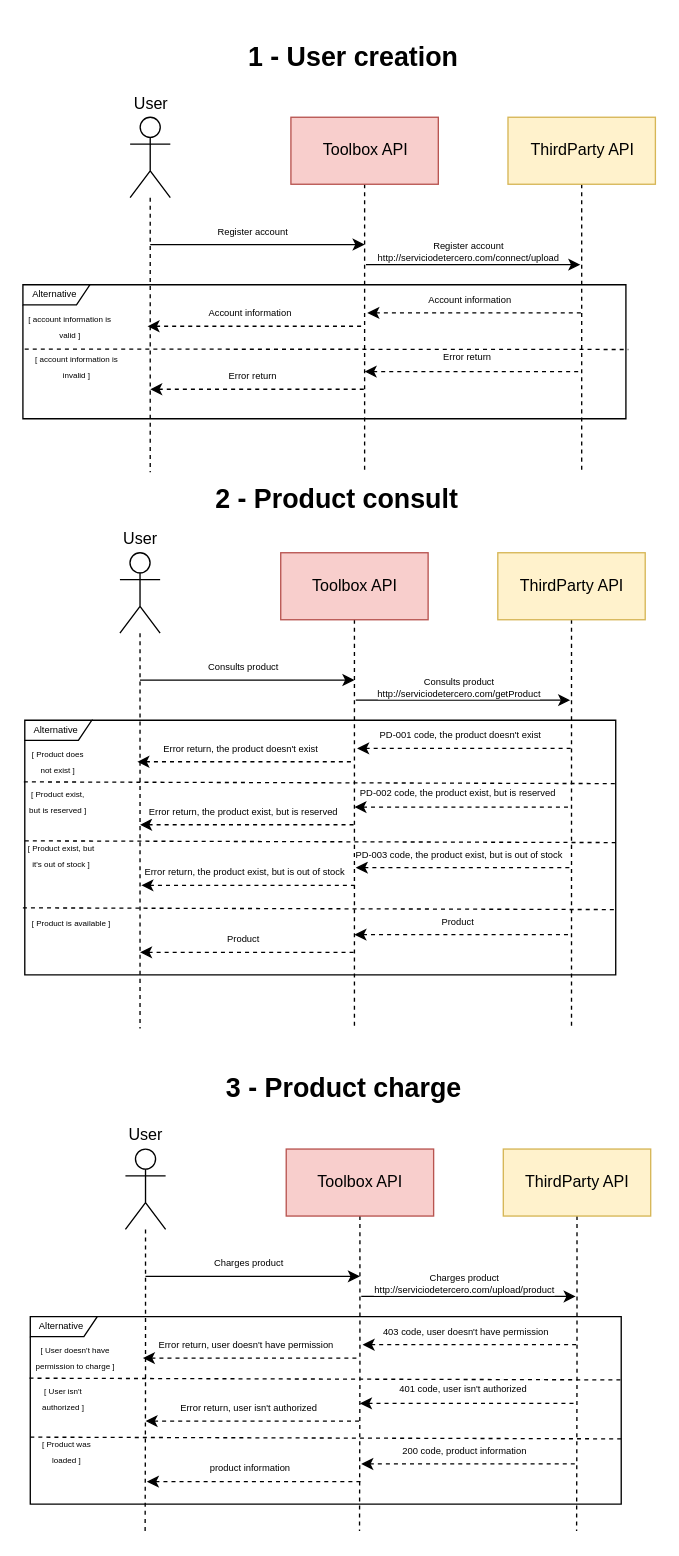
The draw.io diagram exercise-1/Sequence Diagrams.drawio in Tashima42/tbx-test, before the edit. Source tidied: cells renumbered, new cells numbered last; positions are measured from the earlier drawing's top-left corner, leaving out a move shared by most shapes. Both pictures are drawn from the tidied source at 134%, with x=0, y=0 at pixel (23, 36).
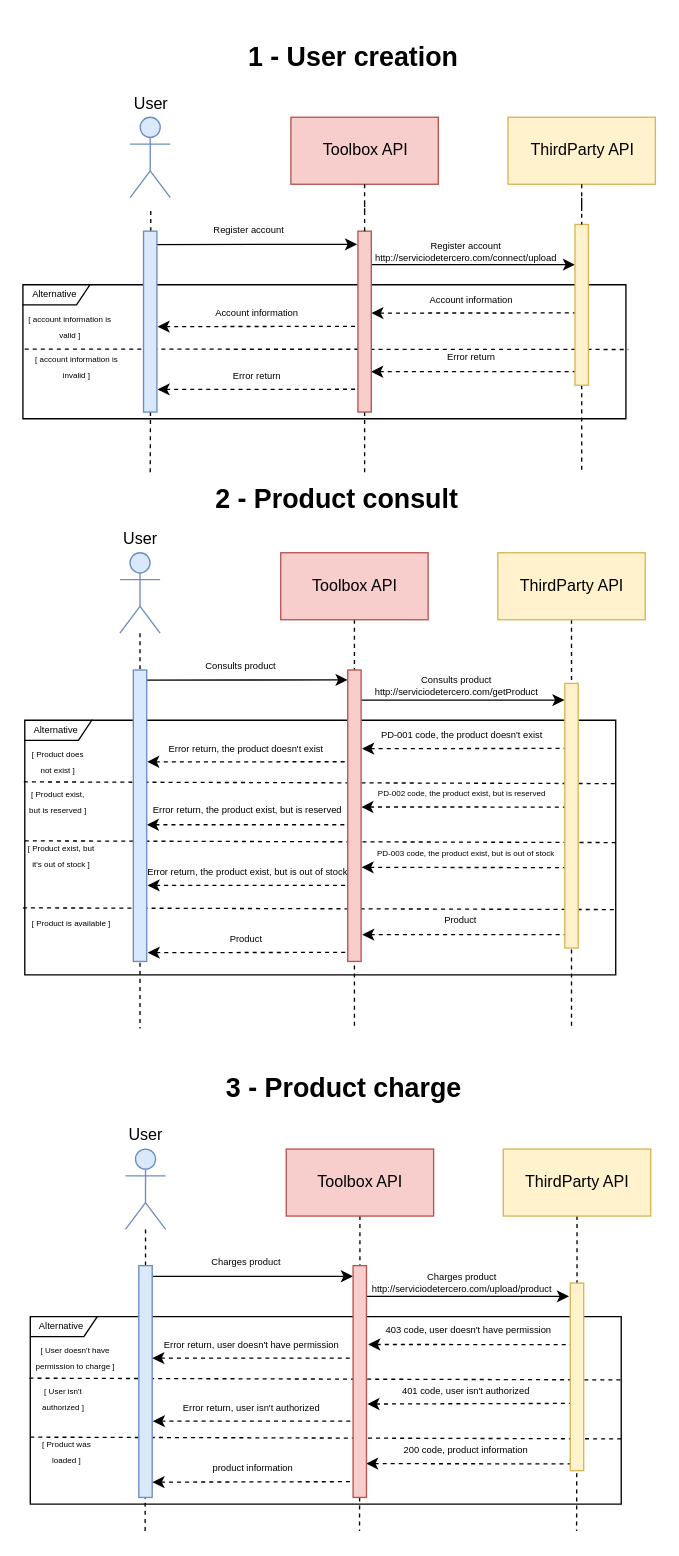
Above is the later version.

Commit message (it also covers changes not shown here):
add timeline boxes to diagrams

The change refers to these unchanged cells:
```xml
<mxCell id="5" value="Toolbox API" style="html=1;fillColor=#f8cecc;strokeColor=#b85450;" parent="1" vertex="1">
  <mxGeometry x="199.6" y="60" width="110" height="50" as="geometry" />
</mxCell>
<mxCell id="7" value="ThirdParty API" style="html=1;fillColor=#fff2cc;strokeColor=#d6b656;" parent="1" vertex="1">
  <mxGeometry x="361.6" y="60" width="110" height="50" as="geometry" />
</mxCell>
```

What changed in the source:
```diff
@@
-    <mxCell id="2" style="edgeStyle=orthogonalEdgeStyle;rounded=0;jettySize=auto;html=1;dashed=1;endArrow=none;endFill=0;" parent="1" edge="1" source="3">
+    <mxCell id="2" style="edgeStyle=orthogonalEdgeStyle;rounded=0;orthogonalLoop=1;jettySize=auto;html=1;dashed=1;endArrow=none;endFill=0;startArrow=none;" parent="1" edge="1">
       <mxGeometry relative="1" as="geometry">
+        <mxPoint x="95" y="130" as="sourcePoint" />
         <mxPoint x="94.6" y="325" as="targetPoint" />
+        <Array as="points">
+          <mxPoint x="95" y="228" />
+        </Array>
       </mxGeometry>
     </mxCell>
-    <mxCell id="3" style="shape=umlActor;verticalLabelPosition=bottom;verticalAlign=top;html=1;" parent="1" vertex="1">
+    <mxCell id="3" style="shape=umlActor;verticalLabelPosition=bottom;verticalAlign=top;html=1;fillColor=#dae8fc;strokeColor=#6c8ebf;" parent="1" vertex="1">
       <mxGeometry x="79.6" y="60" width="30" height="60" as="geometry" />
     </mxCell>
-    <mxCell id="4" style="edgeStyle=orthogonalEdgeStyle;rounded=0;jettySize=auto;html=1;dashed=1;endArrow=none;endFill=0;" parent="1" edge="1" source="5">
+    <mxCell id="4" style="edgeStyle=orthogonalEdgeStyle;rounded=0;jettySize=auto;html=1;dashed=1;endArrow=none;endFill=0;startArrow=none;" parent="1" edge="1" source="92">
       <mxGeometry relative="1" as="geometry">
         <mxPoint x="254.6" y="325" as="targetPoint" />
       </mxGeometry>
     </mxCell>
@@
-    <mxCell id="6" style="edgeStyle=orthogonalEdgeStyle;rounded=0;jettySize=auto;html=1;exitX=0.5;exitY=1;exitDx=0;exitDy=0;dashed=1;endArrow=none;endFill=0;" parent="1" edge="1" source="7">
+    <mxCell id="6" style="edgeStyle=orthogonalEdgeStyle;rounded=0;jettySize=auto;html=1;exitX=0.5;exitY=1;exitDx=0;exitDy=0;dashed=1;endArrow=none;endFill=0;startArrow=none;" parent="1" edge="1" source="95">
       <mxGeometry relative="1" as="geometry">
         <mxPoint x="416.6" y="325" as="targetPoint" />
       </mxGeometry>
     </mxCell>
@@
-    <mxCell id="9" style="endArrow=classic;html=1;" parent="1" edge="1">
+    <mxCell id="9" style="endArrow=classic;html=1;entryX=-0.062;entryY=0.073;entryDx=0;entryDy=0;entryPerimeter=0;" parent="1" edge="1" target="92">
       <mxGeometry relative="1" as="geometry">
         <mxPoint x="94.6" y="155" as="sourcePoint" />
-        <mxPoint x="254.6" y="155" as="targetPoint" />
       </mxGeometry>
     </mxCell>
@@
-    <mxCell id="11" style="endArrow=classic;html=1;" parent="1" edge="1">
+    <mxCell id="11" style="endArrow=classic;html=1;entryX=0;entryY=0.25;entryDx=0;entryDy=0;" parent="1" edge="1" target="95">
       <mxGeometry relative="1" as="geometry">
         <mxPoint x="255.6" y="170" as="sourcePoint" />
-        <mxPoint x="415.6" y="170" as="targetPoint" />
       </mxGeometry>
     </mxCell>
@@
-    <mxCell id="14" style="endArrow=none;html=1;startArrow=classic;startFill=1;endFill=0;dashed=1;" parent="1" edge="1">
+    <mxCell id="14" style="endArrow=none;html=1;startArrow=classic;startFill=1;endFill=0;dashed=1;exitX=1.003;exitY=0.453;exitDx=0;exitDy=0;exitPerimeter=0;" parent="1" edge="1" source="92">
       <mxGeometry relative="1" as="geometry">
-        <mxPoint x="256.6" y="206" as="sourcePoint" />
         <mxPoint x="416.6" y="206" as="targetPoint" />
       </mxGeometry>
     </mxCell>
@@
-    <mxCell id="16" style="endArrow=none;html=1;startArrow=classic;startFill=1;endFill=0;dashed=1;" parent="1" edge="1">
+    <mxCell id="16" style="endArrow=none;html=1;startArrow=classic;startFill=1;endFill=0;dashed=1;exitX=1.05;exitY=0.528;exitDx=0;exitDy=0;exitPerimeter=0;" parent="1" edge="1" source="94">
       <mxGeometry relative="1" as="geometry">
-        <mxPoint x="92.6" y="216" as="sourcePoint" />
         <mxPoint x="252.6" y="216" as="targetPoint" />
       </mxGeometry>
     </mxCell>
@@
-    <mxCell id="21" style="endArrow=none;html=1;startArrow=classic;startFill=1;endFill=0;dashed=1;" parent="1" edge="1">
+    <mxCell id="21" style="endArrow=none;html=1;startArrow=classic;startFill=1;endFill=0;dashed=1;exitX=0.991;exitY=0.777;exitDx=0;exitDy=0;exitPerimeter=0;" parent="1" edge="1" source="92">
       <mxGeometry relative="1" as="geometry">
-        <mxPoint x="254.6" y="249.8" as="sourcePoint" />
         <mxPoint x="414.6" y="249.8" as="targetPoint" />
       </mxGeometry>
     </mxCell>
@@
-    <mxCell id="23" style="endArrow=none;html=1;startArrow=classic;startFill=1;endFill=0;dashed=1;" parent="1" edge="1">
+    <mxCell id="23" style="endArrow=none;html=1;startArrow=classic;startFill=1;endFill=0;dashed=1;exitX=1.05;exitY=0.875;exitDx=0;exitDy=0;exitPerimeter=0;" parent="1" edge="1" source="94">
       <mxGeometry relative="1" as="geometry">
-        <mxPoint x="94.6" y="263" as="sourcePoint" />
         <mxPoint x="254.6" y="263" as="targetPoint" />
       </mxGeometry>
     </mxCell>
@@
-    <mxCell id="27" style="shape=umlActor;verticalLabelPosition=bottom;verticalAlign=top;html=1;" parent="1" vertex="1">
+    <mxCell id="27" style="shape=umlActor;verticalLabelPosition=bottom;verticalAlign=top;html=1;fillColor=#dae8fc;strokeColor=#6c8ebf;" parent="1" vertex="1">
       <mxGeometry x="72" y="385" width="30" height="60" as="geometry" />
     </mxCell>
@@
-    <mxCell id="33" style="endArrow=classic;html=1;" parent="1" edge="1">
+    <mxCell id="33" style="endArrow=classic;html=1;entryX=-0.01;entryY=0.034;entryDx=0;entryDy=0;entryPerimeter=0;" parent="1" edge="1" target="98">
       <mxGeometry relative="1" as="geometry">
         <mxPoint x="87" y="480" as="sourcePoint" />
-        <mxPoint x="247" y="480" as="targetPoint" />
       </mxGeometry>
     </mxCell>
@@
-    <mxCell id="35" style="endArrow=classic;html=1;" parent="1" edge="1">
+    <mxCell id="35" style="endArrow=classic;html=1;entryX=-0.029;entryY=0.063;entryDx=0;entryDy=0;entryPerimeter=0;" parent="1" edge="1" target="99">
       <mxGeometry relative="1" as="geometry">
         <mxPoint x="248" y="495" as="sourcePoint" />
-        <mxPoint x="408" y="495" as="targetPoint" />
       </mxGeometry>
     </mxCell>
@@
-    <mxCell id="38" style="endArrow=none;html=1;startArrow=classic;startFill=1;endFill=0;dashed=1;" parent="1" edge="1">
+    <mxCell id="38" style="endArrow=none;html=1;startArrow=classic;startFill=1;endFill=0;dashed=1;exitX=1.073;exitY=0.27;exitDx=0;exitDy=0;exitPerimeter=0;" parent="1" edge="1" source="98">
       <mxGeometry relative="1" as="geometry">
-        <mxPoint x="249" y="531" as="sourcePoint" />
         <mxPoint x="409" y="531" as="targetPoint" />
       </mxGeometry>
     </mxCell>
@@
-    <mxCell id="40" style="endArrow=none;html=1;startArrow=classic;startFill=1;endFill=0;dashed=1;" parent="1" edge="1">
+    <mxCell id="40" style="endArrow=none;html=1;startArrow=classic;startFill=1;endFill=0;dashed=1;exitX=1.036;exitY=0.315;exitDx=0;exitDy=0;exitPerimeter=0;" parent="1" edge="1" source="97">
       <mxGeometry relative="1" as="geometry">
-        <mxPoint x="85" y="541" as="sourcePoint" />
         <mxPoint x="245" y="541" as="targetPoint" />
       </mxGeometry>
     </mxCell>
@@
-    <mxCell id="44" style="endArrow=none;html=1;startArrow=classic;startFill=1;endFill=0;dashed=1;" parent="1" edge="1">
+    <mxCell id="44" style="endArrow=none;html=1;startArrow=classic;startFill=1;endFill=0;dashed=1;exitX=1.02;exitY=0.47;exitDx=0;exitDy=0;exitPerimeter=0;" parent="1" edge="1" source="98">
       <mxGeometry relative="1" as="geometry">
-        <mxPoint x="247" y="574.8" as="sourcePoint" />
         <mxPoint x="407" y="574.8" as="targetPoint" />
       </mxGeometry>
     </mxCell>
-    <mxCell id="45" value="PD-002 code, the product exist, but is reserved" style="edgeLabel;html=1;align=center;verticalAlign=middle;fontSize=7;" parent="44" vertex="1">
+    <mxCell id="45" value="&lt;font style=&quot;font-size: 6px&quot;&gt;PD-002 code, the product exist, but is reserved&lt;/font&gt;" style="edgeLabel;html=1;align=center;verticalAlign=middle;fontSize=7;" parent="44" vertex="1">
       <mxGeometry x="-0.23" y="-1" relative="1" as="geometry">
         <mxPoint x="14" y="-11" as="offset" />
       </mxGeometry>
     </mxCell>
-    <mxCell id="46" style="endArrow=none;html=1;startArrow=classic;startFill=1;endFill=0;dashed=1;" parent="1" edge="1">
+    <mxCell id="46" style="endArrow=none;html=1;startArrow=classic;startFill=1;endFill=0;dashed=1;exitX=1.008;exitY=0.531;exitDx=0;exitDy=0;exitPerimeter=0;" parent="1" edge="1" source="97">
       <mxGeometry relative="1" as="geometry">
-        <mxPoint x="87" y="588" as="sourcePoint" />
         <mxPoint x="247" y="588" as="targetPoint" />
       </mxGeometry>
     </mxCell>
@@
-    <mxCell id="51" style="endArrow=none;html=1;startArrow=classic;startFill=1;endFill=0;dashed=1;" parent="1" edge="1">
+    <mxCell id="51" style="endArrow=none;html=1;startArrow=classic;startFill=1;endFill=0;dashed=1;exitX=1.035;exitY=0.677;exitDx=0;exitDy=0;exitPerimeter=0;" parent="1" edge="1" source="98">
       <mxGeometry relative="1" as="geometry">
-        <mxPoint x="248" y="620" as="sourcePoint" />
         <mxPoint x="408" y="620" as="targetPoint" />
       </mxGeometry>
     </mxCell>
-    <mxCell id="52" value="PD-003 code, the product exist, but is out of stock" style="edgeLabel;html=1;align=center;verticalAlign=middle;fontSize=7;" parent="51" vertex="1">
+    <mxCell id="52" value="&lt;font style=&quot;font-size: 6px&quot;&gt;PD-003 code, the product exist, but is out of stock&lt;/font&gt;" style="edgeLabel;html=1;align=center;verticalAlign=middle;fontSize=7;" parent="51" vertex="1">
       <mxGeometry x="-0.23" y="-1" relative="1" as="geometry">
-        <mxPoint x="14" y="-11" as="offset" />
+        <mxPoint x="17" y="-11" as="offset" />
       </mxGeometry>
     </mxCell>
-    <mxCell id="53" style="endArrow=none;html=1;startArrow=classic;startFill=1;endFill=0;dashed=1;" parent="1" edge="1">
+    <mxCell id="53" style="endArrow=none;html=1;startArrow=classic;startFill=1;endFill=0;dashed=1;exitX=1.063;exitY=0.739;exitDx=0;exitDy=0;exitPerimeter=0;" parent="1" edge="1" source="97">
       <mxGeometry relative="1" as="geometry">
-        <mxPoint x="88" y="633.2" as="sourcePoint" />
         <mxPoint x="248" y="633.2" as="targetPoint" />
       </mxGeometry>
     </mxCell>
@@
-    <mxCell id="58" style="endArrow=none;html=1;startArrow=classic;startFill=1;endFill=0;dashed=1;" parent="1" edge="1">
+    <mxCell id="58" style="endArrow=none;html=1;startArrow=classic;startFill=1;endFill=0;dashed=1;exitX=1.08;exitY=0.908;exitDx=0;exitDy=0;exitPerimeter=0;" parent="1" edge="1" source="98">
       <mxGeometry relative="1" as="geometry">
-        <mxPoint x="247" y="670" as="sourcePoint" />
         <mxPoint x="407" y="670" as="targetPoint" />
       </mxGeometry>
     </mxCell>
@@
-    <mxCell id="60" style="endArrow=none;html=1;startArrow=classic;startFill=1;endFill=0;dashed=1;" parent="1" edge="1">
+    <mxCell id="60" style="endArrow=none;html=1;startArrow=classic;startFill=1;endFill=0;dashed=1;exitX=1.073;exitY=0.97;exitDx=0;exitDy=0;exitPerimeter=0;" parent="1" edge="1" source="97">
       <mxGeometry relative="1" as="geometry">
-        <mxPoint x="87" y="683.2" as="sourcePoint" />
         <mxPoint x="247" y="683.2" as="targetPoint" />
       </mxGeometry>
     </mxCell>
@@
-    <mxCell id="63" style="shape=umlActor;verticalLabelPosition=bottom;verticalAlign=top;html=1;" parent="1" vertex="1">
+    <mxCell id="63" style="shape=umlActor;verticalLabelPosition=bottom;verticalAlign=top;html=1;fillColor=#dae8fc;strokeColor=#6c8ebf;" parent="1" vertex="1">
       <mxGeometry x="76.1" y="830" width="30" height="60" as="geometry" />
     </mxCell>
@@
-    <mxCell id="69" style="endArrow=classic;html=1;" parent="1" edge="1">
+    <mxCell id="69" style="endArrow=classic;html=1;entryX=-0.013;entryY=0.046;entryDx=0;entryDy=0;entryPerimeter=0;" parent="1" edge="1" target="101">
       <mxGeometry relative="1" as="geometry">
         <mxPoint x="91.1" y="925" as="sourcePoint" />
-        <mxPoint x="251.1" y="925" as="targetPoint" />
       </mxGeometry>
     </mxCell>
@@
-    <mxCell id="71" style="endArrow=classic;html=1;" parent="1" edge="1">
+    <mxCell id="71" style="endArrow=classic;html=1;entryX=-0.097;entryY=0.071;entryDx=0;entryDy=0;entryPerimeter=0;" parent="1" edge="1" target="102">
       <mxGeometry relative="1" as="geometry">
         <mxPoint x="252.1" y="940" as="sourcePoint" />
-        <mxPoint x="412.1" y="940" as="targetPoint" />
       </mxGeometry>
     </mxCell>
@@
-    <mxCell id="74" style="endArrow=none;html=1;startArrow=classic;startFill=1;endFill=0;dashed=1;" parent="1" edge="1">
+    <mxCell id="74" style="endArrow=none;html=1;startArrow=classic;startFill=1;endFill=0;dashed=1;exitX=1.132;exitY=0.34;exitDx=0;exitDy=0;exitPerimeter=0;" parent="1" edge="1" source="101">
       <mxGeometry relative="1" as="geometry">
-        <mxPoint x="253.1" y="976" as="sourcePoint" />
         <mxPoint x="413.1" y="976" as="targetPoint" />
       </mxGeometry>
     </mxCell>
@@
-    <mxCell id="76" style="endArrow=none;html=1;startArrow=classic;startFill=1;endFill=0;dashed=1;" parent="1" edge="1">
+    <mxCell id="76" style="endArrow=none;html=1;startArrow=classic;startFill=1;endFill=0;dashed=1;exitX=1.006;exitY=0.399;exitDx=0;exitDy=0;exitPerimeter=0;" parent="1" edge="1" source="100">
       <mxGeometry relative="1" as="geometry">
-        <mxPoint x="89.1" y="986" as="sourcePoint" />
         <mxPoint x="249.1" y="986" as="targetPoint" />
       </mxGeometry>
     </mxCell>
@@
-    <mxCell id="80" style="endArrow=none;html=1;startArrow=classic;startFill=1;endFill=0;dashed=1;" parent="1" edge="1">
+    <mxCell id="80" style="endArrow=none;html=1;startArrow=classic;startFill=1;endFill=0;dashed=1;exitX=1.068;exitY=0.597;exitDx=0;exitDy=0;exitPerimeter=0;" parent="1" edge="1" source="101">
       <mxGeometry relative="1" as="geometry">
-        <mxPoint x="251.1" y="1019.8" as="sourcePoint" />
         <mxPoint x="411.1" y="1019.8" as="targetPoint" />
       </mxGeometry>
     </mxCell>
@@
-    <mxCell id="82" style="endArrow=none;html=1;startArrow=classic;startFill=1;endFill=0;dashed=1;" parent="1" edge="1">
+    <mxCell id="82" style="endArrow=none;html=1;startArrow=classic;startFill=1;endFill=0;dashed=1;exitX=1.049;exitY=0.671;exitDx=0;exitDy=0;exitPerimeter=0;" parent="1" edge="1" source="100">
       <mxGeometry relative="1" as="geometry">
-        <mxPoint x="91.1" y="1033" as="sourcePoint" />
         <mxPoint x="251.1" y="1033" as="targetPoint" />
       </mxGeometry>
     </mxCell>
@@
-    <mxCell id="87" style="endArrow=none;html=1;startArrow=classic;startFill=1;endFill=0;dashed=1;" parent="1" edge="1">
+    <mxCell id="87" style="endArrow=none;html=1;startArrow=classic;startFill=1;endFill=0;dashed=1;exitX=0.971;exitY=0.854;exitDx=0;exitDy=0;exitPerimeter=0;" parent="1" edge="1" source="101">
       <mxGeometry relative="1" as="geometry">
-        <mxPoint x="252.1" y="1065" as="sourcePoint" />
         <mxPoint x="412.1" y="1065" as="targetPoint" />
       </mxGeometry>
     </mxCell>
@@
-    <mxCell id="89" style="endArrow=none;html=1;startArrow=classic;startFill=1;endFill=0;dashed=1;" parent="1" edge="1">
+    <mxCell id="89" style="endArrow=none;html=1;startArrow=classic;startFill=1;endFill=0;dashed=1;exitX=1.017;exitY=0.934;exitDx=0;exitDy=0;exitPerimeter=0;" parent="1" edge="1" source="100">
       <mxGeometry relative="1" as="geometry">
-        <mxPoint x="92.1" y="1078.2" as="sourcePoint" />
         <mxPoint x="252.1" y="1078.2" as="targetPoint" />
       </mxGeometry>
     </mxCell>
@@
+    <mxCell id="92" style="rounded=0;whiteSpace=wrap;html=1;fillColor=#f8cecc;strokeColor=#b85450;" parent="1" vertex="1">
+      <mxGeometry x="249.6" y="145" width="10" height="135" as="geometry" />
+    </mxCell>
+    <mxCell id="93" style="edgeStyle=orthogonalEdgeStyle;rounded=0;jettySize=auto;html=1;dashed=1;endArrow=none;endFill=0;" parent="1" edge="1" source="5" target="92">
+      <mxGeometry relative="1" as="geometry" />
+    </mxCell>
+    <mxCell id="94" style="rounded=0;whiteSpace=wrap;html=1;fillColor=#dae8fc;strokeColor=#6c8ebf;" parent="1" vertex="1">
+      <mxGeometry x="89.6" y="145" width="10" height="135" as="geometry" />
+    </mxCell>
+    <mxCell id="95" style="rounded=0;whiteSpace=wrap;html=1;fillColor=#fff2cc;strokeColor=#d6b656;" parent="1" vertex="1">
+      <mxGeometry x="411.6" y="140" width="10" height="120" as="geometry" />
+    </mxCell>
+    <mxCell id="96" style="edgeStyle=orthogonalEdgeStyle;rounded=0;jettySize=auto;html=1;exitX=0.5;exitY=1;exitDx=0;exitDy=0;dashed=1;endArrow=none;endFill=0;" parent="1" edge="1" source="7" target="95">
+      <mxGeometry relative="1" as="geometry" />
+    </mxCell>
+    <mxCell id="97" style="rounded=0;whiteSpace=wrap;html=1;fillColor=#dae8fc;strokeColor=#6c8ebf;" parent="1" vertex="1">
+      <mxGeometry x="82" y="472.5" width="10" height="217.5" as="geometry" />
+    </mxCell>
+    <mxCell id="98" style="rounded=0;whiteSpace=wrap;html=1;fillColor=#f8cecc;strokeColor=#b85450;" parent="1" vertex="1">
+      <mxGeometry x="242" y="472.5" width="10" height="217.5" as="geometry" />
+    </mxCell>
+    <mxCell id="99" style="rounded=0;whiteSpace=wrap;html=1;fillColor=#fff2cc;strokeColor=#d6b656;" parent="1" vertex="1">
+      <mxGeometry x="404" y="482.5" width="10" height="197.5" as="geometry" />
+    </mxCell>
+    <mxCell id="100" style="rounded=0;whiteSpace=wrap;html=1;fillColor=#dae8fc;strokeColor=#6c8ebf;" parent="1" vertex="1">
+      <mxGeometry x="86.1" y="917" width="10" height="173" as="geometry" />
+    </mxCell>
+    <mxCell id="101" style="rounded=0;whiteSpace=wrap;html=1;fillColor=#f8cecc;strokeColor=#b85450;" parent="1" vertex="1">
+      <mxGeometry x="246" y="917" width="10" height="173" as="geometry" />
+    </mxCell>
+    <mxCell id="102" style="rounded=0;whiteSpace=wrap;html=1;fillColor=#fff2cc;strokeColor=#d6b656;" parent="1" vertex="1">
+      <mxGeometry x="408.1" y="930" width="10" height="140" as="geometry" />
+    </mxCell>
```
